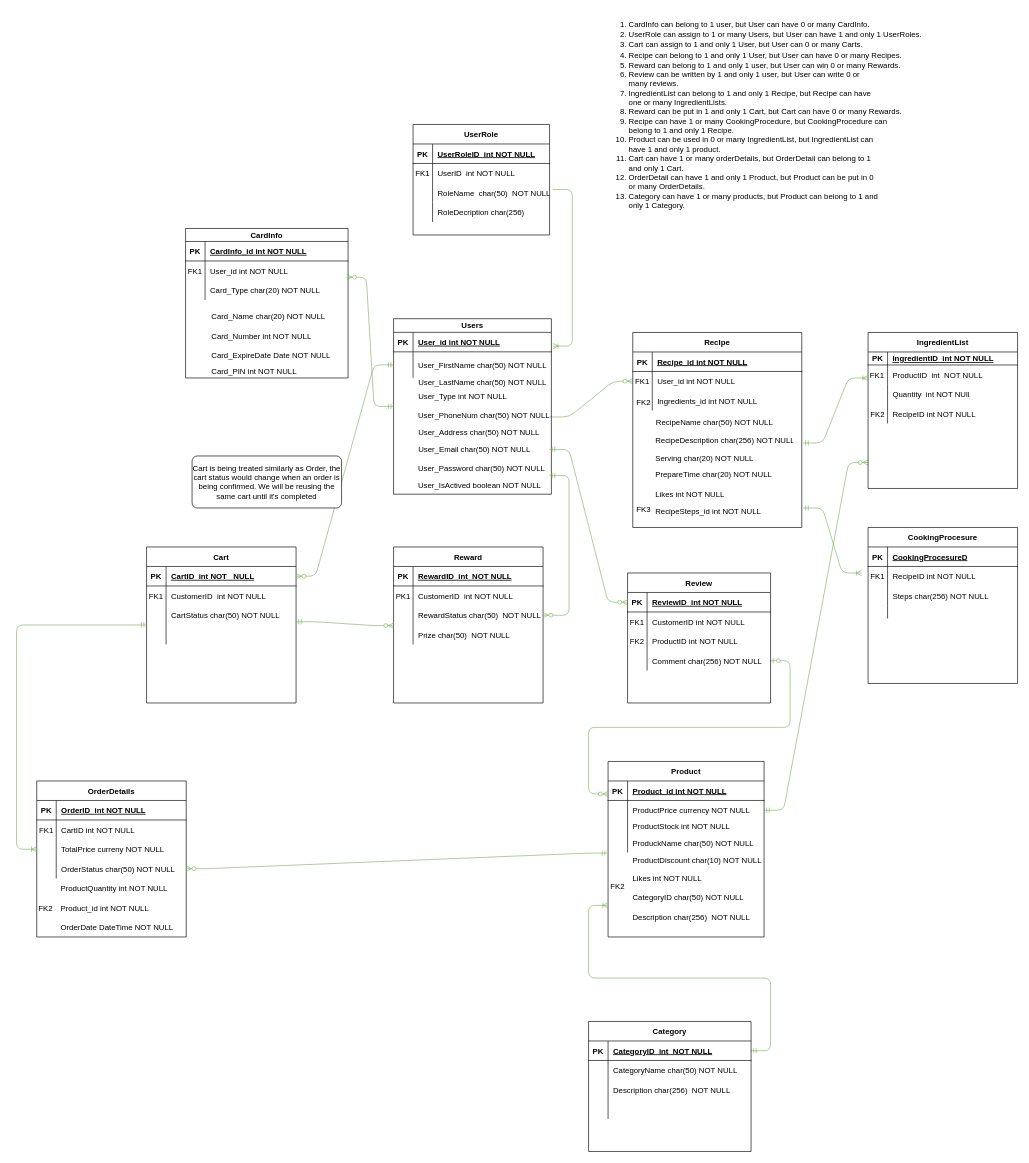
Above: page "Page-1" (1 of 2) of ERD.drawio in Wavergg/721SoftwareEngineering (draw.io), before the change. Source tidied: cells renumbered, new cells numbered last; positions are measured from the earlier drawing's top-left corner, leaving out a move shared by most shapes. Both pictures are drawn from the tidied source at 65%, with x=0, y=0 at pixel (16, 14).
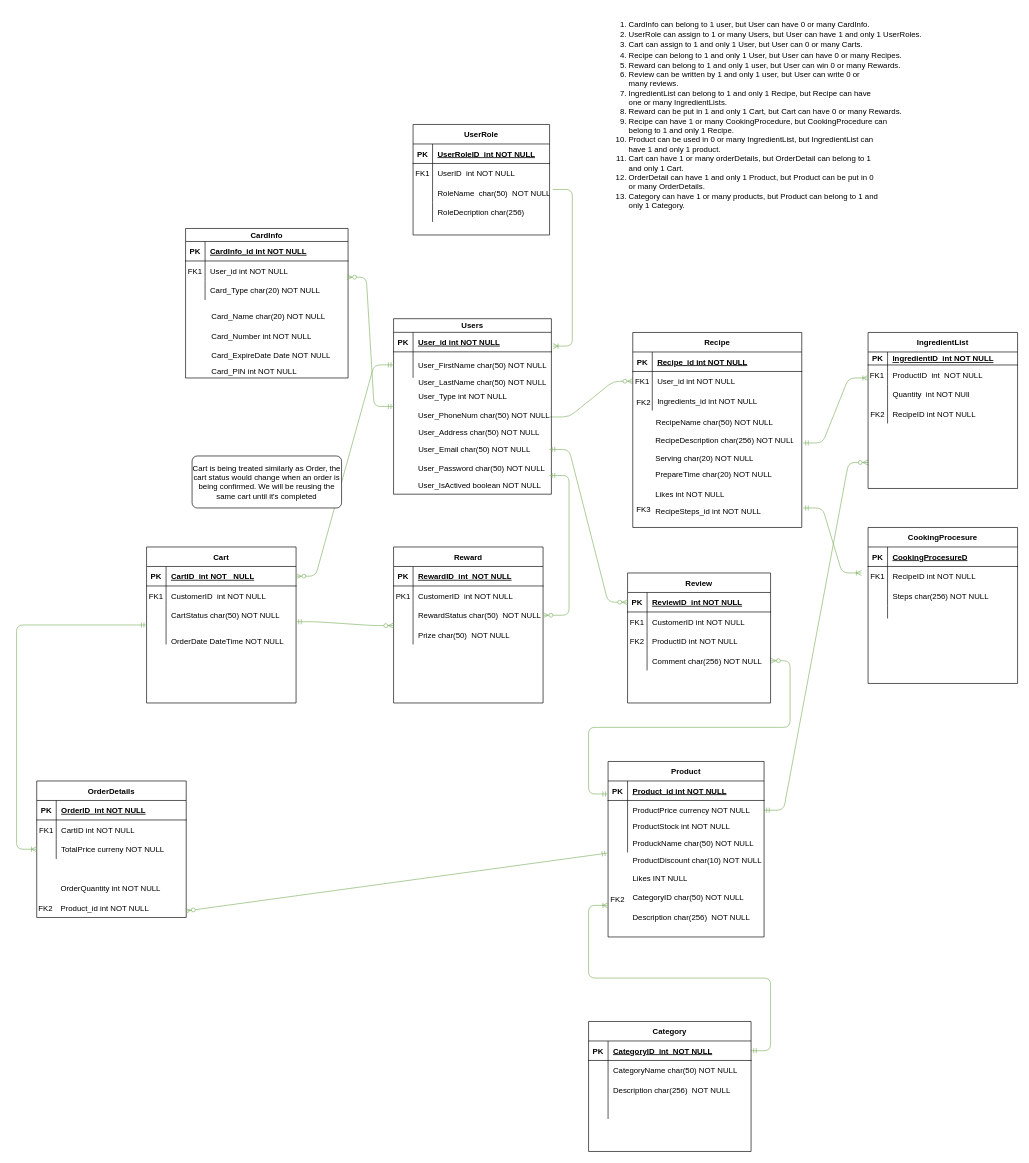
The same diagram, later.

Unchanged cells that the change refers to:
```xml
<mxCell id="19" style="group;" parent="1" vertex="1">
  <mxGeometry x="910" y="1140" width="270" height="270" as="geometry" />
</mxCell>
<mxCell id="30" style="shape=partialRectangle;fillColor=none;top=0;left=0;bottom=0;right=0;points=[[0,0.5],[1,0.5]];portConstraint=eastwest;" parent="20" vertex="1">
  <mxGeometry y="110" width="240" height="30" as="geometry" />
</mxCell>
<mxCell id="144" style="group;" parent="1" vertex="1">
  <mxGeometry x="948" y="490" width="268" height="300" as="geometry" />
</mxCell>
<mxCell id="188" style="shape=partialRectangle;fillColor=none;top=0;left=0;bottom=0;right=0;points=[[0,0.5],[1,0.5]];portConstraint=eastwest;" parent="178" vertex="1">
  <mxGeometry y="120" width="220" height="30" as="geometry" />
</mxCell>
```

What changed in the source:
```diff
@@
     <mxCell id="36" value="FK2" style="shape=partialRectangle;overflow=hidden;fillColor=none;top=0;left=0;bottom=0;right=0;" parent="19" vertex="1">
-      <mxGeometry y="180" width="30" height="44.5" as="geometry" />
+      <mxGeometry y="200" width="30" height="44.5" as="geometry" />
     </mxCell>
@@
-    <mxCell id="39" value="Likes int NOT NULL" style="shape=partialRectangle;overflow=hidden;fillColor=none;top=0;left=0;bottom=0;right=0;align=left;spacingLeft=6;" parent="19" vertex="1">
+    <mxCell id="39" value="Likes INT NULL" style="shape=partialRectangle;overflow=hidden;fillColor=none;top=0;left=0;bottom=0;right=0;align=left;spacingLeft=6;" parent="19" vertex="1">
       <mxGeometry x="30" y="172" width="220" height="34.6" as="geometry" />
     </mxCell>
-    <mxCell id="40" style="edgeStyle=entityRelationEdgeStyle;fontSize=12;html=1;endArrow=ERzeroToMany;startArrow=ERzeroToOne;exitX=1;exitY=0.5;exitDx=0;exitDy=0;fillColor=#d5e8d4;strokeColor=#82b366;" parent="19" edge="1" source="188">
+    <mxCell id="40" style="edgeStyle=entityRelationEdgeStyle;fontSize=12;html=1;endArrow=ERmandOne;startArrow=ERzeroToMany;exitX=1;exitY=0.5;exitDx=0;exitDy=0;fillColor=#d5e8d4;strokeColor=#82b366;startFill=1;endFill=0;" parent="19" edge="1" source="188">
       <mxGeometry relative="1" as="geometry">
         <mxPoint y="60" as="targetPoint" />
       </mxGeometry>
     </mxCell>
     <mxCell id="41" value="OrderDetails" style="shape=table;startSize=30;childLayout=tableLayout;rowLines=0;fontStyle=1;align=center;" parent="1" vertex="1">
-      <mxGeometry x="31" y="1180" width="230" height="240" as="geometry" />
+      <mxGeometry x="31" y="1180" width="230" height="210" as="geometry" />
     </mxCell>
@@
-    <mxCell id="51" style="shape=partialRectangle;fillColor=none;top=0;left=0;bottom=0;right=0;points=[[0,0.5],[1,0.5]];portConstraint=eastwest;" parent="41" vertex="1">
-      <mxGeometry y="120" width="230" height="30" as="geometry" />
-    </mxCell>
-    <mxCell id="52" style="shape=partialRectangle;fillColor=none;top=0;left=0;bottom=0;right=0;overflow=hidden;" parent="51" vertex="1">
-      <mxGeometry width="30" height="30" as="geometry" />
-    </mxCell>
-    <mxCell id="53" value="OrderStatus char(50) NOT NULL" style="shape=partialRectangle;fillColor=none;top=0;left=0;bottom=0;right=0;align=left;spacingLeft=6;overflow=hidden;" parent="51" vertex="1">
-      <mxGeometry x="30" width="200" height="30" as="geometry" />
-    </mxCell>
@@
-    <mxCell id="140" value="ProductQuantity int NOT NULL" style="shape=partialRectangle;fillColor=none;top=0;left=0;bottom=0;right=0;align=left;spacingLeft=6;overflow=hidden;" parent="1" vertex="1">
+    <mxCell id="140" value="OrderQuantity int NOT NULL" style="shape=partialRectangle;fillColor=none;top=0;left=0;bottom=0;right=0;align=left;spacingLeft=6;overflow=hidden;" parent="1" vertex="1">
       <mxGeometry x="60" y="1330" width="200" height="30" as="geometry" />
     </mxCell>
@@
-    <mxCell id="145" value="RecIpe" style="shape=table;startSize=30;childLayout=tableLayout;rowLines=0;fontStyle=1;align=center;" parent="144" vertex="1">
+    <mxCell id="145" value="Recipe" style="shape=table;startSize=30;childLayout=tableLayout;rowLines=0;fontStyle=1;align=center;" parent="144" vertex="1">
       <mxGeometry width="260" height="300" as="geometry" />
     </mxCell>
@@
-    <mxCell id="177" style="edgeStyle=entityRelationEdgeStyle;fontSize=12;html=1;endArrow=ERzeroToMany;endFill=1;entryX=1;entryY=0.5;entryDx=0;entryDy=0;exitX=-0.004;exitY=1.033;exitDx=0;exitDy=0;exitPerimeter=0;startArrow=ERmandOne;startFill=0;fillColor=#d5e8d4;strokeColor=#82b366;" parent="1" edge="1" source="30" target="51">
-      <mxGeometry relative="1" as="geometry" />
+    <mxCell id="177" style="fontSize=12;html=1;endArrow=ERzeroToMany;endFill=1;exitX=-0.004;exitY=1.033;exitDx=0;exitDy=0;exitPerimeter=0;startArrow=ERmandOne;startFill=0;fillColor=#d5e8d4;strokeColor=#82b366;" parent="1" edge="1" source="30">
+      <mxGeometry relative="1" as="geometry">
+        <mxPoint x="260" y="1380" as="targetPoint" />
+      </mxGeometry>
     </mxCell>
@@
     <mxCell id="198" value="OrderDate DateTime NOT NULL" style="shape=partialRectangle;fillColor=none;top=0;left=0;bottom=0;right=0;align=left;spacingLeft=6;overflow=hidden;" parent="1" vertex="1">
-      <mxGeometry x="60" y="1390" width="200" height="30" as="geometry" />
+      <mxGeometry x="230" y="950" width="200" height="30" as="geometry" />
     </mxCell>
```
